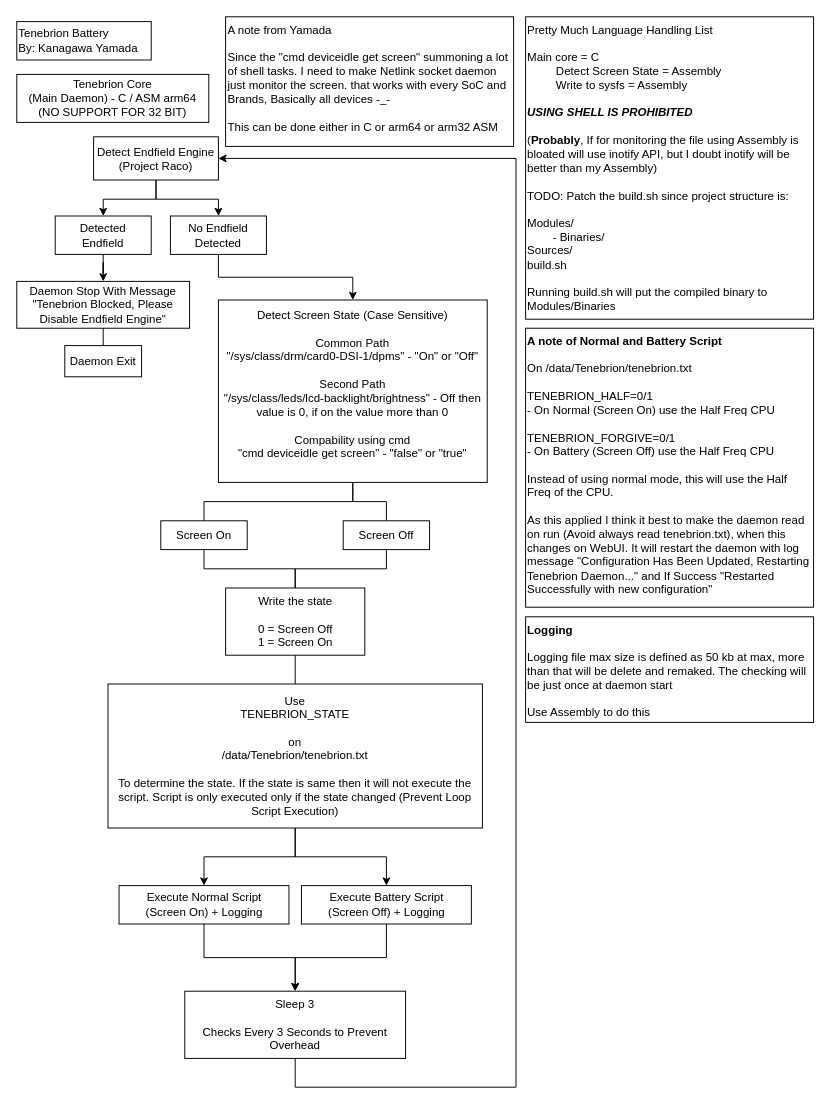
LoggingNewMemory/Tenebrion-Battery keeps this draw.io diagram as IMG & Concept/Concept ot Tenebrion.drawio. Above is the earlier version. Source tidied: cells renumbered, new cells numbered last; positions are measured from the earlier drawing's top-left corner, leaving out a move shared by most shapes. Both pictures are drawn from the tidied source at 96%, with x=0, y=0 at pixel (16, 16).
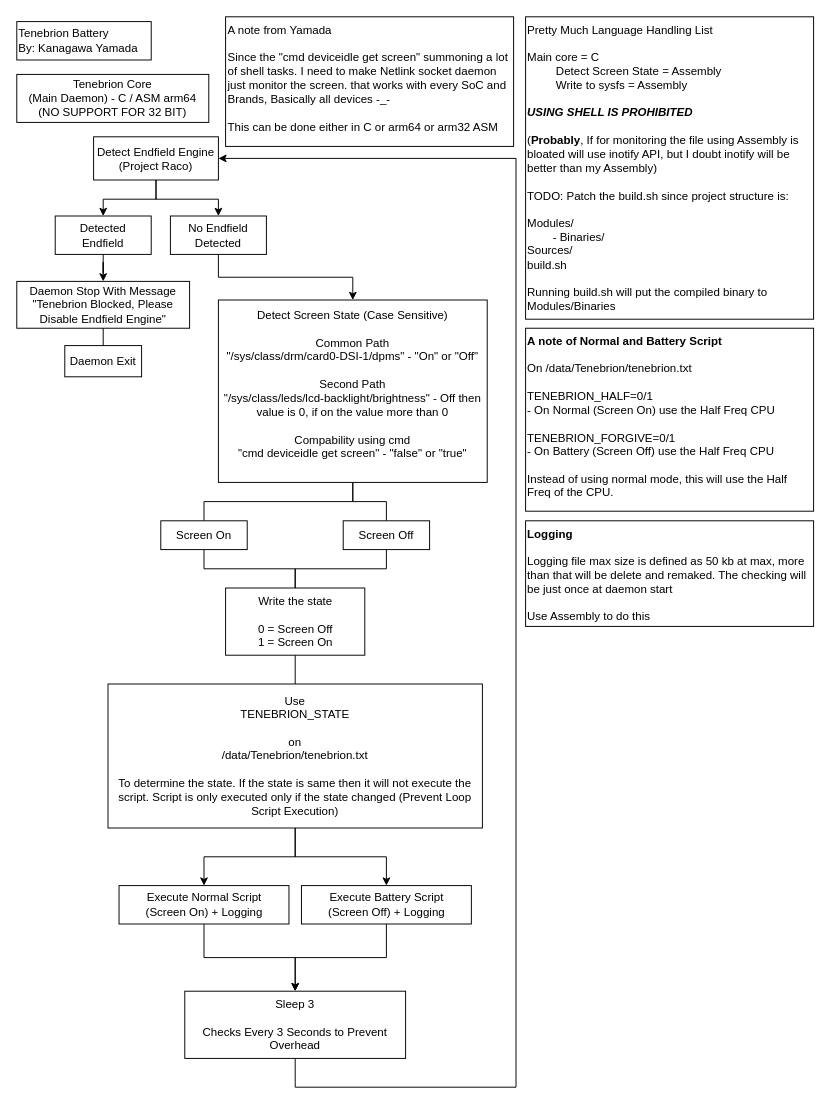
The same diagram, later.

Diff of the diagram source:
```diff
@@
-    <mxCell id="34" value="&lt;b&gt;A note of Normal and Battery Script&lt;/b&gt;&lt;div&gt;&lt;b&gt;&lt;br&gt;&lt;/b&gt;&lt;/div&gt;&lt;div&gt;On&amp;nbsp;&lt;span style=&quot;text-align: center; background-color: transparent; color: light-dark(rgb(0, 0, 0), rgb(255, 255, 255));&quot;&gt;/data/Tenebrion/tenebrion.txt&lt;/span&gt;&lt;/div&gt;&lt;div&gt;&lt;b&gt;&lt;br&gt;&lt;/b&gt;&lt;/div&gt;&lt;div&gt;&lt;div style=&quot;&quot;&gt;TENEBRION_HALF=0/1&lt;/div&gt;&lt;div style=&quot;&quot;&gt;- On Normal (Screen On) use the Half Freq CPU&lt;/div&gt;&lt;div style=&quot;&quot;&gt;&lt;br&gt;&lt;/div&gt;&lt;div style=&quot;&quot;&gt;TENEBRION_FORGIVE=0/1&lt;/div&gt;&lt;div style=&quot;&quot;&gt;- On Battery (Screen Off) use the Half Freq CPU&lt;/div&gt;&lt;div style=&quot;font-weight: bold;&quot;&gt;&lt;br&gt;&lt;/div&gt;&lt;/div&gt;&lt;div style=&quot;&quot;&gt;Instead of using normal mode, this will use the Half Freq of the CPU.&amp;nbsp;&lt;br&gt;&lt;br&gt;As this applied I think it best to make the daemon read on run (Avoid always read tenebrion.txt), when this changes on WebUI. It will restart the daemon with log message &quot;Configuration Has Been Updated, Restarting Tenebrion Daemon...&quot; and If Success &quot;Restarted Successfully with new configuration&quot;&lt;/div&gt;" style="rounded=0;whiteSpace=wrap;html=1;align=left;verticalAlign=top;" parent="1" vertex="1">
-      <mxGeometry x="530" y="324.4" width="300" height="290.6" as="geometry" />
+    <mxCell id="34" value="&lt;b&gt;A note of Normal and Battery Script&lt;/b&gt;&lt;div&gt;&lt;b&gt;&lt;br&gt;&lt;/b&gt;&lt;/div&gt;&lt;div&gt;On&amp;nbsp;&lt;span style=&quot;text-align: center; background-color: transparent; color: light-dark(rgb(0, 0, 0), rgb(255, 255, 255));&quot;&gt;/data/Tenebrion/tenebrion.txt&lt;/span&gt;&lt;/div&gt;&lt;div&gt;&lt;b&gt;&lt;br&gt;&lt;/b&gt;&lt;/div&gt;&lt;div&gt;&lt;div style=&quot;&quot;&gt;TENEBRION_HALF=0/1&lt;/div&gt;&lt;div style=&quot;&quot;&gt;- On Normal (Screen On) use the Half Freq CPU&lt;/div&gt;&lt;div style=&quot;&quot;&gt;&lt;br&gt;&lt;/div&gt;&lt;div style=&quot;&quot;&gt;TENEBRION_FORGIVE=0/1&lt;/div&gt;&lt;div style=&quot;&quot;&gt;- On Battery (Screen Off) use the Half Freq CPU&lt;/div&gt;&lt;div style=&quot;font-weight: bold;&quot;&gt;&lt;br&gt;&lt;/div&gt;&lt;/div&gt;&lt;div style=&quot;&quot;&gt;Instead of using normal mode, this will use the Half Freq of the CPU.&amp;nbsp;&lt;br&gt;&lt;/div&gt;" style="rounded=0;whiteSpace=wrap;html=1;align=left;verticalAlign=top;" parent="1" vertex="1">
+      <mxGeometry x="530" y="324.4" width="300" height="190.6" as="geometry" />
     </mxCell>
     <mxCell id="35" value="&lt;b&gt;Logging&lt;/b&gt;&lt;div&gt;&lt;b&gt;&lt;br&gt;&lt;/b&gt;&lt;/div&gt;&lt;div&gt;Logging file max size is defined as 50 kb at max, more than that will be delete and remaked. The checking will be just once at daemon start&lt;/div&gt;&lt;div&gt;&lt;br&gt;&lt;/div&gt;&lt;div&gt;Use Assembly to do this&lt;/div&gt;" style="rounded=0;whiteSpace=wrap;html=1;align=left;verticalAlign=top;" parent="1" vertex="1">
-      <mxGeometry x="530" y="625" width="300" height="110" as="geometry" />
+      <mxGeometry x="530" y="525" width="300" height="110" as="geometry" />
     </mxCell>
```
